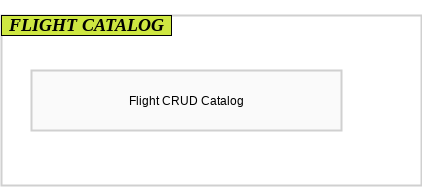
mwwojcik/airline-reservation-system keeps this draw.io diagram as img/fligth-catalog.png. Above is the earlier version. Source tidied: cells renumbered, new cells last; positions are measured from the earlier drawing's top-left corner, leaving out a move shared by most shapes.
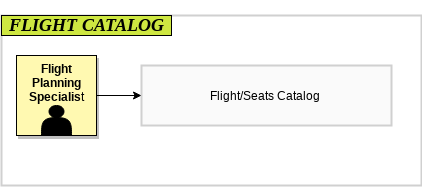
Above is the later version.

The edit, as a diff of the source:
```diff
@@ -8,8 +8,20 @@
     <mxCell id="3" value="&lt;h2&gt;&lt;i&gt;&lt;font face=&quot;Garamond&quot;&gt;FLIGHT CATALOG&lt;/font&gt;&lt;/i&gt;&lt;/h2&gt;" style="rounded=0;whiteSpace=wrap;html=1;fillColor=#cee741;" parent="1" vertex="1">
       <mxGeometry width="170" height="20" as="geometry" />
     </mxCell>
-    <mxCell id="4" value="Flight CRUD Catalog" style="rounded=0;whiteSpace=wrap;html=1;strokeColor=#d0d0d0;strokeWidth=2;fillColor=#fafafa;" parent="1" vertex="1">
-      <mxGeometry x="30" y="55" width="310" height="60" as="geometry" />
+    <mxCell id="4" value="Flight/Seats Catalog&amp;nbsp;" style="rounded=0;whiteSpace=wrap;html=1;strokeColor=#d0d0d0;strokeWidth=2;fillColor=#fafafa;" parent="1" vertex="1">
+      <mxGeometry x="140" y="50" width="250" height="60" as="geometry" />
     </mxCell>
+    <mxCell id="5" style="group;" parent="1" vertex="1">
+      <mxGeometry x="15" y="40" width="80" height="80" as="geometry" />
+    </mxCell>
+    <mxCell id="6" value="&lt;b&gt;Flight Planning Specialis&lt;/b&gt;t" style="whiteSpace=wrap;html=1;fillColor=#fff9b1;align=center;shadow=1;labelPosition=center;verticalLabelPosition=middle;verticalAlign=top;" parent="5" vertex="1">
+      <mxGeometry width="80" height="80" as="geometry" />
+    </mxCell>
+    <mxCell id="7" style="shape=actor;whiteSpace=wrap;html=1;fillColor=#000000;" parent="5" vertex="1">
+      <mxGeometry x="25" y="50" width="30" height="30" as="geometry" />
+    </mxCell>
+    <mxCell id="8" style="edgeStyle=orthogonalEdgeStyle;rounded=0;jettySize=auto;html=1;entryX=0;entryY=0.5;entryDx=0;entryDy=0;" parent="1" edge="1" source="6" target="4">
+      <mxGeometry relative="1" as="geometry" />
+    </mxCell>
   </root>
 </mxGraphModel>
```
